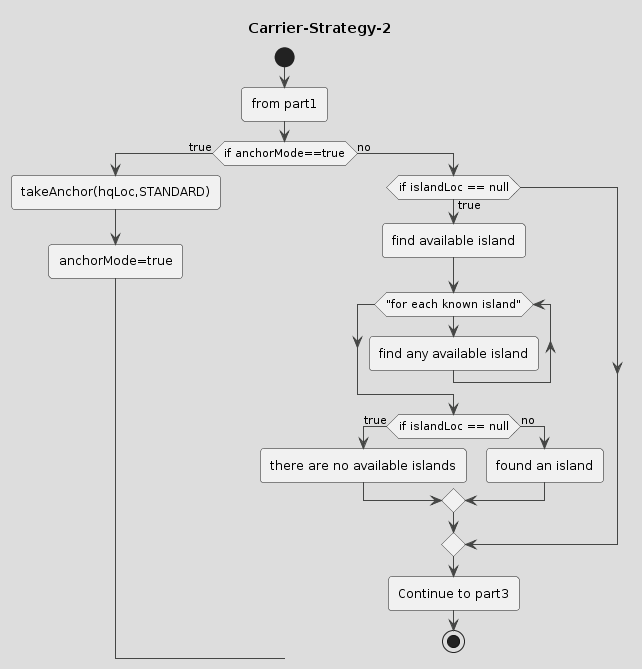
The PlantUML diagram drawings/Carrier-Strategy-2.png in coding-to-music/plantuml-diagram-examples, before a commit.
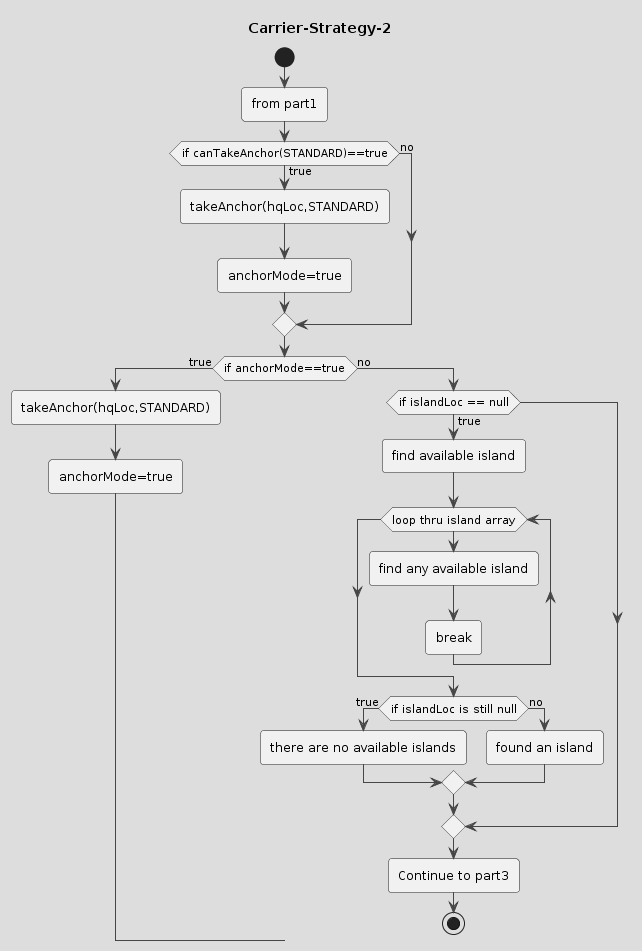
The same file after the commit.

Change to the diagram source:
```diff
@@ -5,16 +5,23 @@
 
 :from part1;
 
+if (if canTakeAnchor(STANDARD)==true) then (true)
+    :takeAnchor(hqLoc,STANDARD);
+    :anchorMode=true;
+else (no)
+endif
+
 if (if anchorMode==true) then (true)
     :takeAnchor(hqLoc,STANDARD);
     :anchorMode=true;
 else (no)
     if(if islandLoc == null) then (true)
     :find available island;
-    while ("for each known island")
+    while (loop thru island array)
         :find any available island;
+        :break;
     endwhile
-    if(if islandLoc == null) then (true)
+    if(if islandLoc is still null) then (true)
     :there are no available islands;
     else (no)
     :found an island;
```
